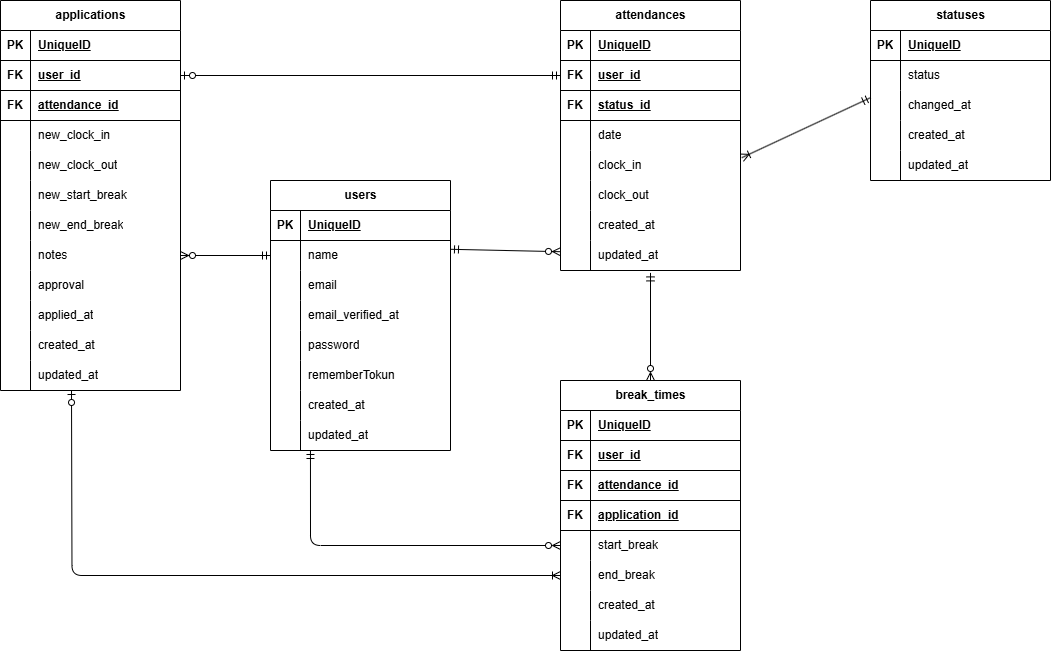
Earlier version of the draw.io export attendance.drawio.png (kenta-10043/attendance_management). Source tidied: cells renumbered, new cells last; positions are measured from the earlier drawing's top-left corner, leaving out a move shared by most shapes.
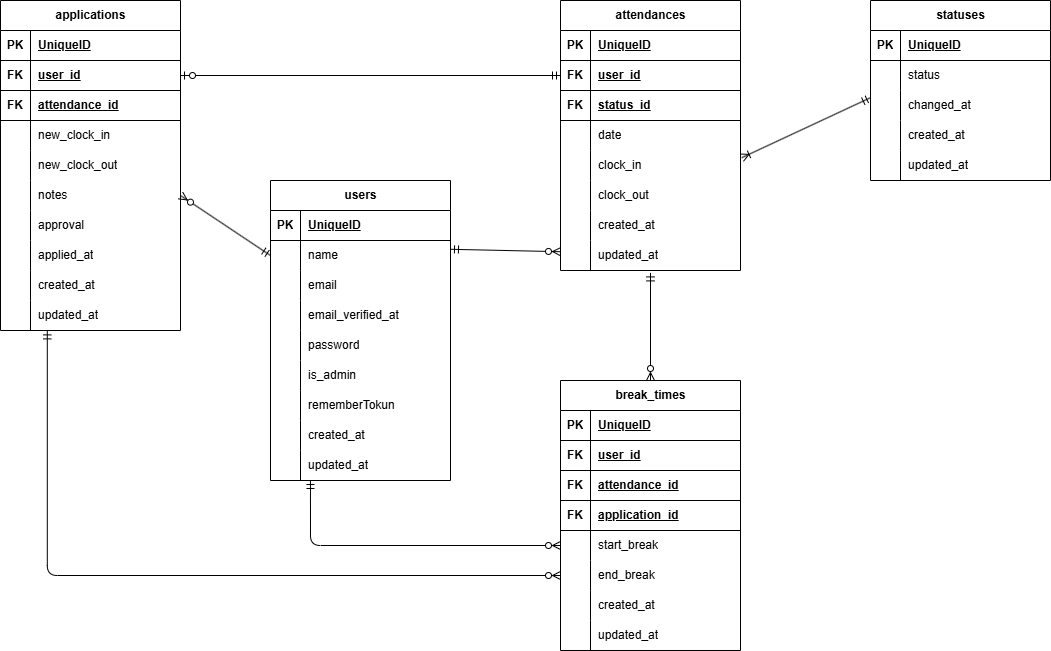
Above is the later version.

What changed in the source:
```diff
@@ -3,7 +3,7 @@
     <mxCell id="0" />
     <mxCell id="1" parent="0" />
     <mxCell id="2" value="users" style="shape=table;startSize=30;rowLines=0;fontStyle=1;align=center;html=1;" parent="1" vertex="1">
-      <mxGeometry x="270" y="180" width="180" height="270" as="geometry" />
+      <mxGeometry x="270" y="180" width="180" height="300" as="geometry" />
     </mxCell>
     <mxCell id="3" style="shape=tableRow;horizontal=0;startSize=0;swimlaneHead=0;swimlaneBody=0;fillColor=none;top=0;left=0;right=0;bottom=1;" parent="2" vertex="1">
       <mxGeometry y="30" width="180" height="30" as="geometry" />
@@ -50,8 +50,17 @@
     <mxCell id="17" value="password" style="shape=partialRectangle;fillColor=none;top=0;left=0;bottom=0;right=0;align=left;spacingLeft=6;overflow=hidden;whiteSpace=wrap;html=1;" parent="15" vertex="1">
       <mxGeometry x="30" width="150" height="30" as="geometry" />
     </mxCell>
+    <mxCell id="113" style="shape=tableRow;horizontal=0;startSize=0;swimlaneHead=0;swimlaneBody=0;fillColor=none;top=0;left=0;right=0;bottom=0;" parent="2" vertex="1">
+      <mxGeometry y="180" width="180" height="30" as="geometry" />
+    </mxCell>
+    <mxCell id="137" style="shape=partialRectangle;fillColor=none;top=0;left=0;bottom=0;right=0;overflow=hidden;whiteSpace=wrap;html=1;" parent="113" vertex="1">
+      <mxGeometry width="30" height="30" as="geometry" />
+    </mxCell>
+    <mxCell id="138" value="is_admin" style="shape=partialRectangle;fillColor=none;top=0;left=0;bottom=0;right=0;align=left;spacingLeft=6;overflow=hidden;whiteSpace=wrap;html=1;" parent="113" vertex="1">
+      <mxGeometry x="30" width="150" height="30" as="geometry" />
+    </mxCell>
     <mxCell id="18" style="shape=tableRow;horizontal=0;startSize=0;swimlaneHead=0;swimlaneBody=0;fillColor=none;top=0;left=0;right=0;bottom=0;" parent="2" vertex="1">
-      <mxGeometry y="180" width="180" height="30" as="geometry" />
+      <mxGeometry y="210" width="180" height="30" as="geometry" />
     </mxCell>
     <mxCell id="19" style="shape=partialRectangle;fillColor=none;top=0;left=0;bottom=0;right=0;overflow=hidden;whiteSpace=wrap;html=1;" parent="18" vertex="1">
       <mxGeometry width="30" height="30" as="geometry" />
@@ -60,7 +69,7 @@
       <mxGeometry x="30" width="150" height="30" as="geometry" />
     </mxCell>
     <mxCell id="21" style="shape=tableRow;horizontal=0;startSize=0;swimlaneHead=0;swimlaneBody=0;fillColor=none;top=0;left=0;right=0;bottom=0;" parent="2" vertex="1">
-      <mxGeometry y="210" width="180" height="30" as="geometry" />
+      <mxGeometry y="240" width="180" height="30" as="geometry" />
     </mxCell>
     <mxCell id="22" style="shape=partialRectangle;fillColor=none;top=0;left=0;bottom=0;right=0;overflow=hidden;whiteSpace=wrap;html=1;" parent="21" vertex="1">
       <mxGeometry width="30" height="30" as="geometry" />
@@ -69,7 +78,7 @@
       <mxGeometry x="30" width="150" height="30" as="geometry" />
     </mxCell>
     <mxCell id="24" style="shape=tableRow;horizontal=0;startSize=0;swimlaneHead=0;swimlaneBody=0;fillColor=none;points=[[0,0.5],[1,0.5]];portConstraint=eastwest;top=0;left=0;right=0;bottom=0;" parent="2" vertex="1">
-      <mxGeometry y="240" width="180" height="30" as="geometry" />
+      <mxGeometry y="270" width="180" height="30" as="geometry" />
     </mxCell>
     <mxCell id="25" style="shape=partialRectangle;fillColor=none;top=0;left=0;bottom=0;right=0;overflow=hidden;whiteSpace=wrap;html=1;" parent="24" vertex="1">
       <mxGeometry width="30" height="30" as="geometry" />
@@ -286,11 +295,11 @@
         <mxPoint x="560" y="251.2" as="targetPoint" />
       </mxGeometry>
     </mxCell>
-    <mxCell id="96" style="fontSize=12;html=1;endArrow=ERoneToMany;startArrow=ERmandOne;entryX=1.007;entryY=0.24;entryDx=0;entryDy=0;exitX=0;exitY=0.24;exitDx=0;exitDy=0;entryPerimeter=0;exitPerimeter=0;" parent="1" edge="1" source="84" target="40">
+    <mxCell id="96" style="fontSize=12;html=1;endArrow=ERoneToMany;startArrow=ERmandOne;entryX=1.007;entryY=0.24;entryDx=0;entryDy=0;exitX=0;exitY=0.24;exitDx=0;exitDy=0;entryPerimeter=0;exitPerimeter=0;startFill=0;" parent="1" edge="1" source="84" target="40">
       <mxGeometry relative="1" as="geometry" />
     </mxCell>
     <mxCell id="97" value="applications" style="shape=table;startSize=30;rowLines=0;fontStyle=1;align=center;html=1;" parent="1" vertex="1">
-      <mxGeometry width="180" height="390" as="geometry" />
+      <mxGeometry width="180" height="330" as="geometry" />
     </mxCell>
     <mxCell id="98" style="shape=tableRow;horizontal=0;startSize=0;swimlaneHead=0;swimlaneBody=0;fillColor=none;top=0;left=0;right=0;bottom=1;" parent="97" vertex="1">
       <mxGeometry y="30" width="180" height="30" as="geometry" />
@@ -337,26 +346,8 @@
     <mxCell id="112" value="new_clock_out" style="shape=partialRectangle;fillColor=none;top=0;left=0;bottom=0;right=0;align=left;spacingLeft=6;overflow=hidden;whiteSpace=wrap;html=1;" parent="110" vertex="1">
       <mxGeometry x="30" width="150" height="30" as="geometry" />
     </mxCell>
-    <mxCell id="113" style="shape=tableRow;horizontal=0;startSize=0;swimlaneHead=0;swimlaneBody=0;fillColor=none;top=0;left=0;right=0;bottom=0;" parent="97" vertex="1">
-      <mxGeometry y="180" width="180" height="30" as="geometry" />
-    </mxCell>
-    <mxCell id="114" style="shape=partialRectangle;fillColor=none;top=0;left=0;bottom=0;right=0;overflow=hidden;whiteSpace=wrap;html=1;" parent="113" vertex="1">
-      <mxGeometry width="30" height="30" as="geometry" />
-    </mxCell>
-    <mxCell id="115" value="new_start_break" style="shape=partialRectangle;fillColor=none;top=0;left=0;bottom=0;right=0;align=left;spacingLeft=6;overflow=hidden;whiteSpace=wrap;html=1;" parent="113" vertex="1">
-      <mxGeometry x="30" width="150" height="30" as="geometry" />
-    </mxCell>
-    <mxCell id="116" style="shape=tableRow;horizontal=0;startSize=0;swimlaneHead=0;swimlaneBody=0;fillColor=none;top=0;left=0;right=0;bottom=0;" parent="97" vertex="1">
-      <mxGeometry y="210" width="180" height="30" as="geometry" />
-    </mxCell>
-    <mxCell id="117" style="shape=partialRectangle;fillColor=none;top=0;left=0;bottom=0;right=0;overflow=hidden;whiteSpace=wrap;html=1;" parent="116" vertex="1">
-      <mxGeometry width="30" height="30" as="geometry" />
-    </mxCell>
-    <mxCell id="118" value="new_end_break" style="shape=partialRectangle;fillColor=none;top=0;left=0;bottom=0;right=0;align=left;spacingLeft=6;overflow=hidden;whiteSpace=wrap;html=1;" parent="116" vertex="1">
-      <mxGeometry x="30" width="150" height="30" as="geometry" />
-    </mxCell>
     <mxCell id="119" style="shape=tableRow;horizontal=0;startSize=0;swimlaneHead=0;swimlaneBody=0;fillColor=none;points=[[0,0.5],[1,0.5]];portConstraint=eastwest;top=0;left=0;right=0;bottom=0;" parent="97" vertex="1">
-      <mxGeometry y="240" width="180" height="30" as="geometry" />
+      <mxGeometry y="180" width="180" height="30" as="geometry" />
     </mxCell>
     <mxCell id="120" style="shape=partialRectangle;fillColor=none;top=0;left=0;bottom=0;right=0;overflow=hidden;whiteSpace=wrap;html=1;" parent="119" vertex="1">
       <mxGeometry width="30" height="30" as="geometry" />
@@ -365,7 +356,7 @@
       <mxGeometry x="30" width="150" height="30" as="geometry" />
     </mxCell>
     <mxCell id="122" style="shape=tableRow;horizontal=0;startSize=0;swimlaneHead=0;swimlaneBody=0;fillColor=none;top=0;left=0;right=0;bottom=0;" parent="97" vertex="1">
-      <mxGeometry y="270" width="180" height="30" as="geometry" />
+      <mxGeometry y="210" width="180" height="30" as="geometry" />
     </mxCell>
     <mxCell id="123" style="shape=partialRectangle;fillColor=none;top=0;left=0;bottom=0;right=0;overflow=hidden;whiteSpace=wrap;html=1;" parent="122" vertex="1">
       <mxGeometry width="30" height="30" as="geometry" />
@@ -374,7 +365,7 @@
       <mxGeometry x="30" width="150" height="30" as="geometry" />
     </mxCell>
     <mxCell id="125" style="shape=tableRow;horizontal=0;startSize=0;swimlaneHead=0;swimlaneBody=0;fillColor=none;top=0;left=0;right=0;bottom=0;" parent="97" vertex="1">
-      <mxGeometry y="300" width="180" height="30" as="geometry" />
+      <mxGeometry y="240" width="180" height="30" as="geometry" />
     </mxCell>
     <mxCell id="126" style="shape=partialRectangle;fillColor=none;top=0;left=0;bottom=0;right=0;overflow=hidden;whiteSpace=wrap;html=1;" parent="125" vertex="1">
       <mxGeometry width="30" height="30" as="geometry" />
@@ -383,7 +374,7 @@
       <mxGeometry x="30" width="150" height="30" as="geometry" />
     </mxCell>
     <mxCell id="128" style="shape=tableRow;horizontal=0;startSize=0;swimlaneHead=0;swimlaneBody=0;fillColor=none;top=0;left=0;right=0;bottom=0;" parent="97" vertex="1">
-      <mxGeometry y="330" width="180" height="30" as="geometry" />
+      <mxGeometry y="270" width="180" height="30" as="geometry" />
     </mxCell>
     <mxCell id="129" style="shape=partialRectangle;fillColor=none;top=0;left=0;bottom=0;right=0;overflow=hidden;whiteSpace=wrap;html=1;" parent="128" vertex="1">
       <mxGeometry width="30" height="30" as="geometry" />
@@ -392,7 +383,7 @@
       <mxGeometry x="30" width="150" height="30" as="geometry" />
     </mxCell>
     <mxCell id="131" style="shape=tableRow;horizontal=0;startSize=0;swimlaneHead=0;swimlaneBody=0;fillColor=none;points=[[0,0.5],[1,0.5]];portConstraint=eastwest;top=0;left=0;right=0;bottom=0;" parent="97" vertex="1">
-      <mxGeometry y="360" width="180" height="30" as="geometry" />
+      <mxGeometry y="300" width="180" height="30" as="geometry" />
     </mxCell>
     <mxCell id="132" style="shape=partialRectangle;fillColor=none;top=0;left=0;bottom=0;right=0;overflow=hidden;whiteSpace=wrap;html=1;" parent="131" vertex="1">
       <mxGeometry width="30" height="30" as="geometry" />
@@ -406,10 +397,8 @@
     <mxCell id="135" style="fontSize=12;html=1;endArrow=ERzeroToMany;startArrow=ERmandOne;entryX=1;entryY=0.5;entryDx=0;entryDy=0;exitX=0;exitY=0.5;exitDx=0;exitDy=0;" parent="1" edge="1" source="6" target="119">
       <mxGeometry relative="1" as="geometry" />
     </mxCell>
-    <mxCell id="136" style="fontSize=12;html=1;endArrow=ERoneToMany;startArrow=ERzeroToOne;edgeStyle=orthogonalEdgeStyle;entryX=0;entryY=0.5;entryDx=0;entryDy=0;startFill=0;" parent="1" edge="1" target="68">
-      <mxGeometry relative="1" as="geometry">
-        <mxPoint x="71" y="390" as="sourcePoint" />
-      </mxGeometry>
+    <mxCell id="136" style="fontSize=12;html=1;endArrow=ERzeroToMany;startArrow=ERmandOne;edgeStyle=orthogonalEdgeStyle;entryX=0;entryY=0.5;entryDx=0;entryDy=0;startFill=0;endFill=0;exitX=0.26;exitY=1.013;exitDx=0;exitDy=0;exitPerimeter=0;" parent="1" edge="1" source="131" target="68">
+      <mxGeometry relative="1" as="geometry" />
     </mxCell>
   </root>
 </mxGraphModel>
```
